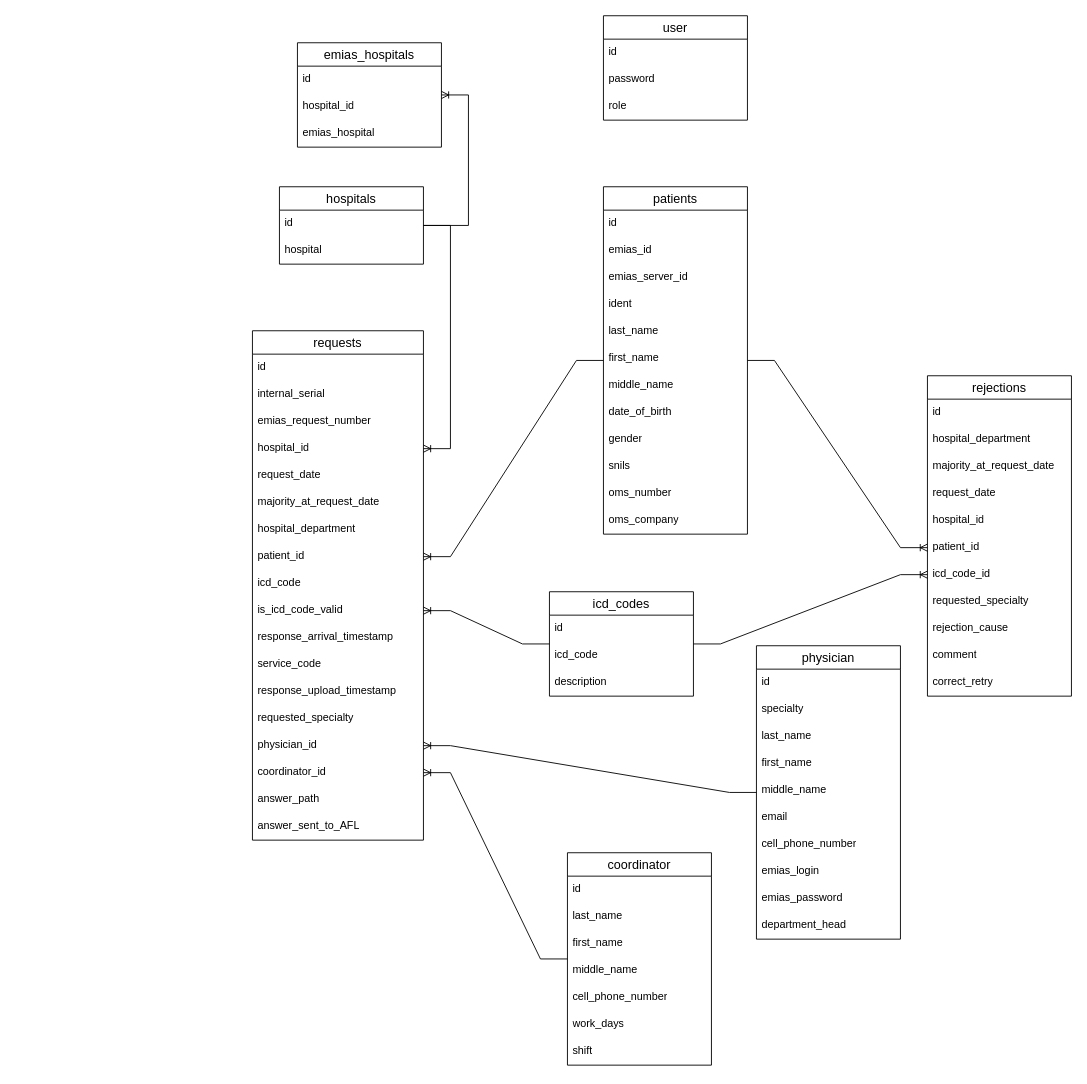
KretovDmitry/rdkc keeps this draw.io diagram as server/rdkc.drawio. Above is the earlier version. Source tidied: cells renumbered, new cells numbered last; positions are measured from the earlier drawing's top-left corner, leaving out a move shared by most shapes. Both pictures are drawn from the tidied source at 90%, with x=0, y=0 at pixel (252, 15).
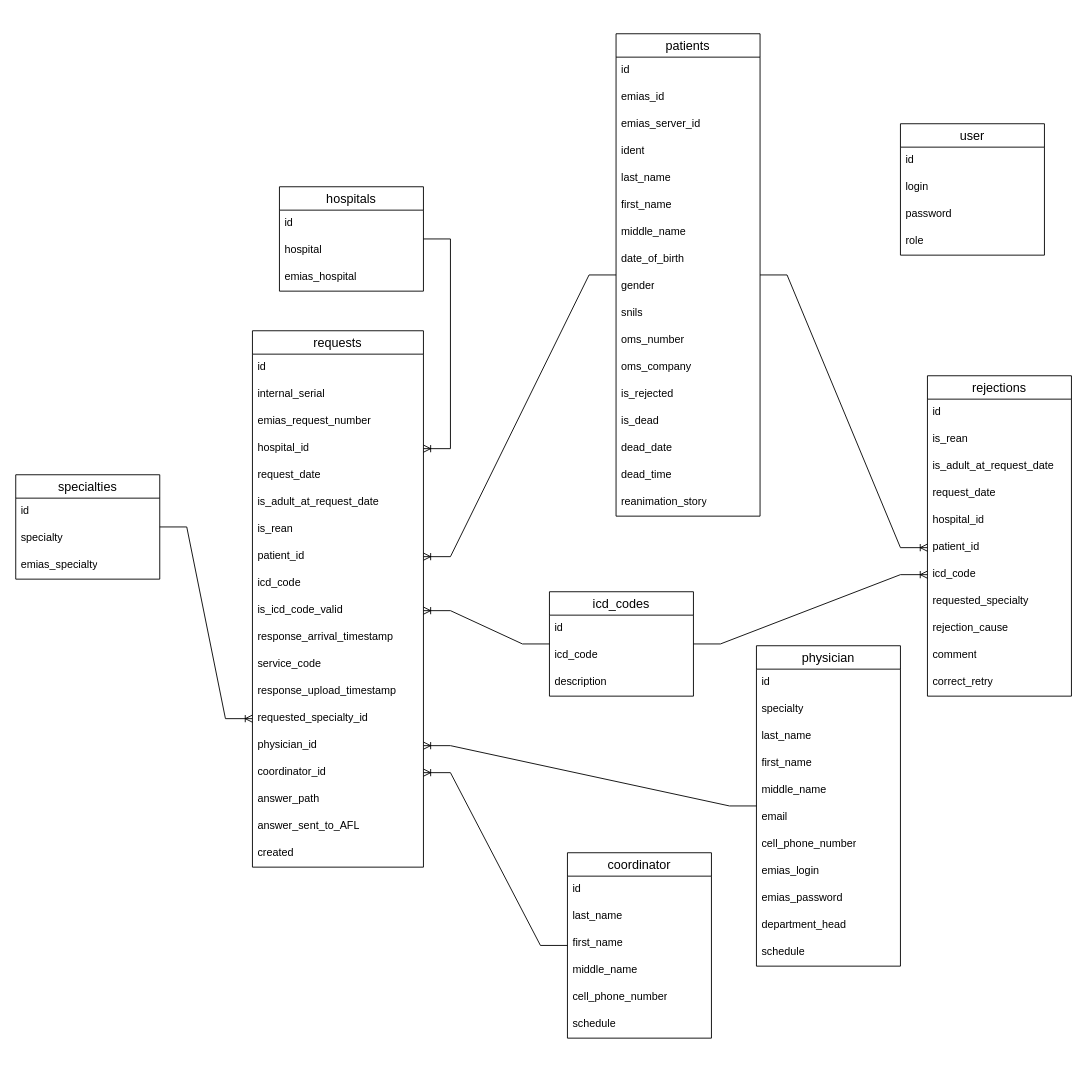
The same page after the edit.

Unchanged cells that the change refers to:
```xml
<mxCell id="68" value="rejections" style="swimlane;fontStyle=0;horizontal=1;startSize=26;align=center;fontSize=14;" parent="1" vertex="1">
  <mxGeometry x="750" y="400" width="160" height="356" as="geometry" />
</mxCell>
```

Change to the diagram source:
```diff
@@
     <mxCell id="2" value="requests" style="swimlane;fontStyle=0;horizontal=1;startSize=26;align=center;fontSize=14;" parent="1" vertex="1">
-      <mxGeometry y="350" width="190" height="566" as="geometry" />
+      <mxGeometry y="350" width="190" height="596" as="geometry" />
     </mxCell>
@@
-    <mxCell id="8" value="majority_at_request_date" style="text;strokeColor=none;fillColor=none;spacingLeft=4;spacingRight=4;overflow=hidden;fontSize=12;whiteSpace=wrap;html=1;" parent="2" vertex="1">
+    <mxCell id="8" value="is_adult_at_request_date" style="text;strokeColor=none;fillColor=none;spacingLeft=4;spacingRight=4;overflow=hidden;fontSize=12;whiteSpace=wrap;html=1;" parent="2" vertex="1">
       <mxGeometry y="176" width="190" height="30" as="geometry" />
     </mxCell>
-    <mxCell id="9" value="hospital_department" style="text;strokeColor=none;fillColor=none;spacingLeft=4;spacingRight=4;overflow=hidden;fontSize=12;whiteSpace=wrap;html=1;" parent="2" vertex="1">
+    <mxCell id="9" value="is_rean" style="text;strokeColor=none;fillColor=none;spacingLeft=4;spacingRight=4;overflow=hidden;fontSize=12;whiteSpace=wrap;html=1;" parent="2" vertex="1">
       <mxGeometry y="206" width="190" height="30" as="geometry" />
     </mxCell>
@@
-    <mxCell id="16" value="requested_specialty" style="text;strokeColor=none;fillColor=none;spacingLeft=4;spacingRight=4;overflow=hidden;points=[[0,0.5],[1,0.5]];portConstraint=eastwest;fontSize=12;whiteSpace=wrap;html=1;" parent="2" vertex="1">
+    <mxCell id="16" value="requested_specialty_id" style="text;strokeColor=none;fillColor=none;spacingLeft=4;spacingRight=4;overflow=hidden;points=[[0,0.5],[1,0.5]];portConstraint=eastwest;fontSize=12;whiteSpace=wrap;html=1;" parent="2" vertex="1">
       <mxGeometry y="416" width="190" height="30" as="geometry" />
     </mxCell>
@@
+    <mxCell id="88" value="created" style="text;strokeColor=none;fillColor=none;spacingLeft=4;spacingRight=4;overflow=hidden;fontSize=12;whiteSpace=wrap;html=1;" parent="2" vertex="1">
+      <mxGeometry y="566" width="190" height="30" as="geometry" />
+    </mxCell>
     <mxCell id="21" value="physician" style="swimlane;fontStyle=0;horizontal=1;startSize=26;align=center;fontSize=14;" parent="1" vertex="1">
-      <mxGeometry x="560" y="700" width="160" height="326" as="geometry" />
+      <mxGeometry x="560" y="700" width="160" height="356" as="geometry" />
     </mxCell>
@@
+    <mxCell id="89" value="schedule" style="text;strokeColor=none;fillColor=none;spacingLeft=4;spacingRight=4;overflow=hidden;fontSize=12;whiteSpace=wrap;html=1;" parent="21" vertex="1">
+      <mxGeometry y="326" width="160" height="30" as="geometry" />
+    </mxCell>
     <mxCell id="32" value="coordinator" style="swimlane;fontStyle=0;horizontal=1;startSize=26;align=center;fontSize=14;" parent="1" vertex="1">
-      <mxGeometry x="350" y="930" width="160" height="236" as="geometry" />
+      <mxGeometry x="350" y="930" width="160" height="206" as="geometry" />
     </mxCell>
@@
-    <mxCell id="38" value="work_days" style="text;strokeColor=none;fillColor=none;spacingLeft=4;spacingRight=4;overflow=hidden;fontSize=12;whiteSpace=wrap;html=1;" parent="32" vertex="1">
+    <mxCell id="38" value="schedule" style="text;strokeColor=none;fillColor=none;spacingLeft=4;spacingRight=4;overflow=hidden;fontSize=12;whiteSpace=wrap;html=1;" parent="32" vertex="1">
       <mxGeometry y="176" width="160" height="30" as="geometry" />
     </mxCell>
-    <mxCell id="39" value="shift" style="text;strokeColor=none;fillColor=none;spacingLeft=4;spacingRight=4;overflow=hidden;fontSize=12;whiteSpace=wrap;html=1;" parent="32" vertex="1">
-      <mxGeometry y="206" width="160" height="30" as="geometry" />
-    </mxCell>
@@
     <mxCell id="41" value="patients" style="swimlane;fontStyle=0;horizontal=1;startSize=26;align=center;fontSize=14;" parent="1" vertex="1">
-      <mxGeometry x="390" y="190" width="160" height="386" as="geometry" />
+      <mxGeometry x="404" y="20" width="160" height="536" as="geometry" />
     </mxCell>
@@
+    <mxCell id="90" value="is_rejected" style="text;strokeColor=none;fillColor=none;spacingLeft=4;spacingRight=4;overflow=hidden;fontSize=12;whiteSpace=wrap;html=1;" parent="41" vertex="1">
+      <mxGeometry y="386" width="160" height="30" as="geometry" />
+    </mxCell>
+    <mxCell id="91" value="is_dead" style="text;strokeColor=none;fillColor=none;spacingLeft=4;spacingRight=4;overflow=hidden;fontSize=12;whiteSpace=wrap;html=1;" parent="41" vertex="1">
+      <mxGeometry y="416" width="160" height="30" as="geometry" />
+    </mxCell>
+    <mxCell id="92" value="dead_date" style="text;strokeColor=none;fillColor=none;spacingLeft=4;spacingRight=4;overflow=hidden;fontSize=12;whiteSpace=wrap;html=1;" parent="41" vertex="1">
+      <mxGeometry y="446" width="160" height="30" as="geometry" />
+    </mxCell>
+    <mxCell id="93" value="dead_time" style="text;strokeColor=none;fillColor=none;spacingLeft=4;spacingRight=4;overflow=hidden;fontSize=12;whiteSpace=wrap;html=1;" parent="41" vertex="1">
+      <mxGeometry y="476" width="160" height="30" as="geometry" />
+    </mxCell>
+    <mxCell id="94" value="reanimation_story" style="text;strokeColor=none;fillColor=none;spacingLeft=4;spacingRight=4;overflow=hidden;fontSize=12;whiteSpace=wrap;html=1;" parent="41" vertex="1">
+      <mxGeometry y="506" width="160" height="30" as="geometry" />
+    </mxCell>
@@
     <mxCell id="55" value="hospitals" style="swimlane;fontStyle=0;horizontal=1;startSize=26;align=center;fontSize=14;" parent="1" vertex="1">
-      <mxGeometry x="30" y="190" width="160" height="86" as="geometry" />
+      <mxGeometry x="30" y="190" width="160" height="116" as="geometry" />
     </mxCell>
@@
-    <mxCell id="58" value="emias_hospitals" style="swimlane;fontStyle=0;horizontal=1;startSize=26;align=center;fontSize=14;" parent="1" vertex="1">
-      <mxGeometry x="50" y="30" width="160" height="116" as="geometry" />
-    </mxCell>
-    <mxCell id="59" value="id" style="text;strokeColor=none;fillColor=none;spacingLeft=4;spacingRight=4;overflow=hidden;fontSize=12;whiteSpace=wrap;html=1;" parent="58" vertex="1">
-      <mxGeometry y="26" width="160" height="30" as="geometry" />
-    </mxCell>
-    <mxCell id="60" value="hospital_id" style="text;strokeColor=none;fillColor=none;spacingLeft=4;spacingRight=4;overflow=hidden;fontSize=12;whiteSpace=wrap;html=1;" parent="58" vertex="1">
-      <mxGeometry y="56" width="160" height="30" as="geometry" />
-    </mxCell>
-    <mxCell id="61" value="emias_hospital" style="text;strokeColor=none;fillColor=none;spacingLeft=4;spacingRight=4;overflow=hidden;fontSize=12;whiteSpace=wrap;html=1;" parent="58" vertex="1">
+    <mxCell id="61" value="emias_hospital" style="text;strokeColor=none;fillColor=none;spacingLeft=4;spacingRight=4;overflow=hidden;fontSize=12;whiteSpace=wrap;html=1;" parent="55" vertex="1">
       <mxGeometry y="86" width="160" height="30" as="geometry" />
     </mxCell>
@@
-    <mxCell id="70" value="hospital_department" style="text;strokeColor=none;fillColor=none;spacingLeft=4;spacingRight=4;overflow=hidden;fontSize=12;whiteSpace=wrap;html=1;" parent="68" vertex="1">
+    <mxCell id="70" value="is_rean" style="text;strokeColor=none;fillColor=none;spacingLeft=4;spacingRight=4;overflow=hidden;fontSize=12;whiteSpace=wrap;html=1;" parent="68" vertex="1">
       <mxGeometry y="56" width="160" height="30" as="geometry" />
     </mxCell>
-    <mxCell id="71" value="majority_at_request_date" style="text;strokeColor=none;fillColor=none;spacingLeft=4;spacingRight=4;overflow=hidden;fontSize=12;whiteSpace=wrap;html=1;" parent="68" vertex="1">
+    <mxCell id="71" value="is_adult_at_request_date" style="text;strokeColor=none;fillColor=none;spacingLeft=4;spacingRight=4;overflow=hidden;fontSize=12;whiteSpace=wrap;html=1;" parent="68" vertex="1">
       <mxGeometry y="86" width="160" height="30" as="geometry" />
     </mxCell>
@@
-    <mxCell id="75" value="icd_code_id" style="text;strokeColor=none;fillColor=none;spacingLeft=4;spacingRight=4;overflow=hidden;points=[[0,0.5],[1,0.5]];portConstraint=eastwest;fontSize=12;whiteSpace=wrap;html=1;" parent="68" vertex="1">
+    <mxCell id="75" value="icd_code" style="text;strokeColor=none;fillColor=none;spacingLeft=4;spacingRight=4;overflow=hidden;points=[[0,0.5],[1,0.5]];portConstraint=eastwest;fontSize=12;whiteSpace=wrap;html=1;" parent="68" vertex="1">
       <mxGeometry y="206" width="160" height="30" as="geometry" />
     </mxCell>
@@
-    <mxCell id="81" style="edgeStyle=entityRelationEdgeStyle;fontSize=12;html=1;endArrow=ERoneToMany;rounded=0;" parent="1" edge="1" source="55" target="58">
-      <mxGeometry relative="1" as="geometry" />
-    </mxCell>
@@
     <mxCell id="84" value="user" style="swimlane;fontStyle=0;horizontal=1;startSize=26;align=center;fontSize=14;" parent="1" vertex="1">
-      <mxGeometry x="390" width="160" height="116" as="geometry" />
+      <mxGeometry x="720" y="120" width="160" height="146" as="geometry" />
     </mxCell>
@@
+    <mxCell id="95" value="login" style="text;strokeColor=none;fillColor=none;spacingLeft=4;spacingRight=4;overflow=hidden;fontSize=12;whiteSpace=wrap;html=1;" parent="84" vertex="1">
+      <mxGeometry y="56" width="160" height="30" as="geometry" />
+    </mxCell>
     <mxCell id="86" value="password" style="text;strokeColor=none;fillColor=none;spacingLeft=4;spacingRight=4;overflow=hidden;fontSize=12;whiteSpace=wrap;html=1;" parent="84" vertex="1">
-      <mxGeometry y="56" width="160" height="30" as="geometry" />
+      <mxGeometry y="86" width="160" height="30" as="geometry" />
     </mxCell>
     <mxCell id="87" value="role" style="text;strokeColor=none;fillColor=none;spacingLeft=4;spacingRight=4;overflow=hidden;fontSize=12;whiteSpace=wrap;html=1;" parent="84" vertex="1">
-      <mxGeometry y="86" width="160" height="30" as="geometry" />
+      <mxGeometry y="116" width="160" height="30" as="geometry" />
     </mxCell>
+    <mxCell id="96" value="specialties" style="swimlane;fontStyle=0;horizontal=1;startSize=26;align=center;fontSize=14;" parent="1" vertex="1">
+      <mxGeometry x="-263" y="510" width="160" height="116" as="geometry" />
+    </mxCell>
+    <mxCell id="59" value="id" style="text;strokeColor=none;fillColor=none;spacingLeft=4;spacingRight=4;overflow=hidden;fontSize=12;whiteSpace=wrap;html=1;" parent="96" vertex="1">
+      <mxGeometry y="26" width="160" height="30" as="geometry" />
+    </mxCell>
+    <mxCell id="97" value="specialty" style="text;strokeColor=none;fillColor=none;spacingLeft=4;spacingRight=4;overflow=hidden;fontSize=12;whiteSpace=wrap;html=1;" parent="96" vertex="1">
+      <mxGeometry y="56" width="160" height="30" as="geometry" />
+    </mxCell>
+    <mxCell id="98" value="emias_specialty" style="text;strokeColor=none;fillColor=none;spacingLeft=4;spacingRight=4;overflow=hidden;fontSize=12;whiteSpace=wrap;html=1;" parent="96" vertex="1">
+      <mxGeometry y="86" width="160" height="30" as="geometry" />
+    </mxCell>
+    <mxCell id="99" style="edgeStyle=entityRelationEdgeStyle;fontSize=12;html=1;endArrow=ERoneToMany;rounded=0;" parent="1" edge="1" source="96" target="16">
+      <mxGeometry relative="1" as="geometry" />
+    </mxCell>
```
